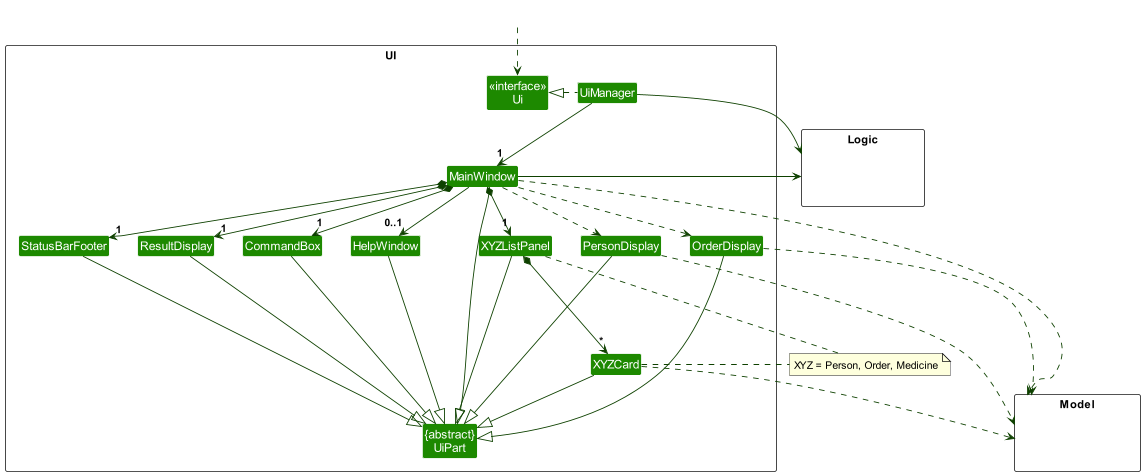
This is docs/images/UiClassDiagram.png from timetraveller-123/tp, a PlantUML export, as it was before one commit.
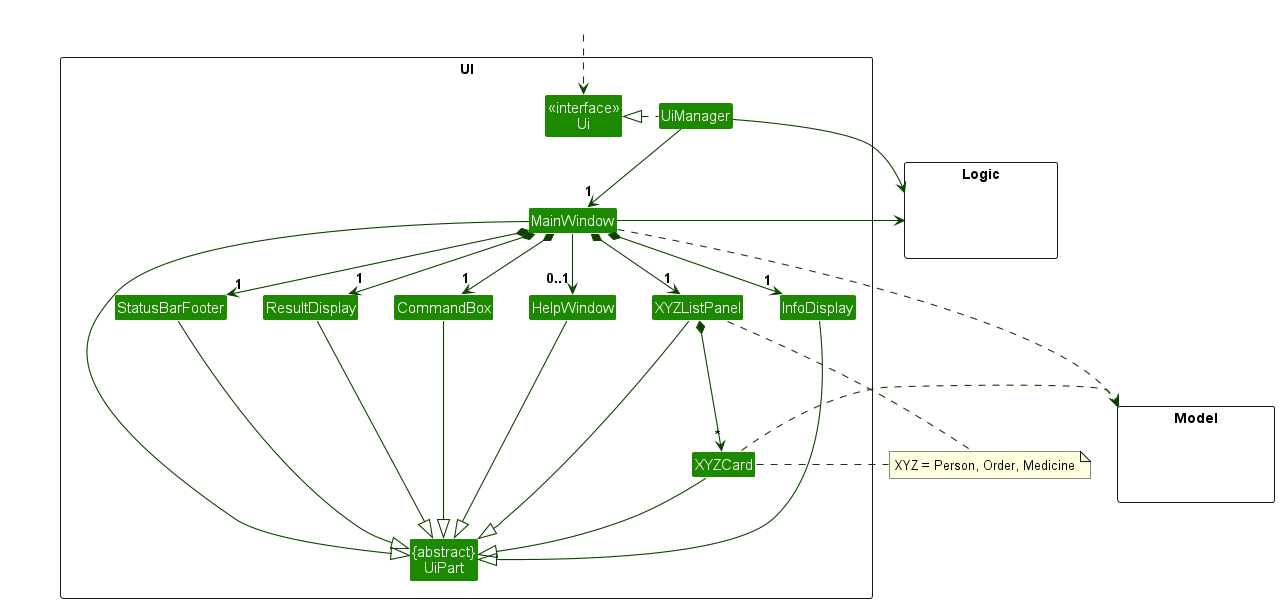
After the commit.

Commit message:
Update ui class diagram

What changed in the source:
```diff
@@ -12,8 +12,7 @@
 Class HelpWindow
 Class ResultDisplay
 Class StatusBarFooter
-Class PersonDisplay
-Class OrderDisplay
+Class InfoDisplay
 Class XYZListPanel
 Class XYZCard
 
@@ -37,8 +36,7 @@
 MainWindow *-down-> "1" ResultDisplay
 MainWindow *-down-> "1" StatusBarFooter
 MainWindow *-down-> "1" XYZListPanel
-MainWindow .down.> PersonDisplay
-MainWindow .down.> OrderDisplay
+MainWindow *-down-> "1" InfoDisplay
 
 MainWindow --> "0..1" HelpWindow
 XYZListPanel *-down--> "*" XYZCard
@@ -49,16 +47,13 @@
 ResultDisplay --|> UiPart
 CommandBox --|> UiPart
 XYZListPanel ----|> UiPart
-PersonDisplay ----|> UiPart
-OrderDisplay ----|> UiPart
+InfoDisplay ----|> UiPart
 StatusBarFooter --|> UiPart
 HelpWindow --|> UiPart
 XYZCard --|> UiPart
 
 MainWindow .> Model
-PersonDisplay .> Model
-OrderDisplay .> Model
-XYZCard ..> Model
+XYZCard .> Model
 
 
 UiManager -right-> Logic
```
